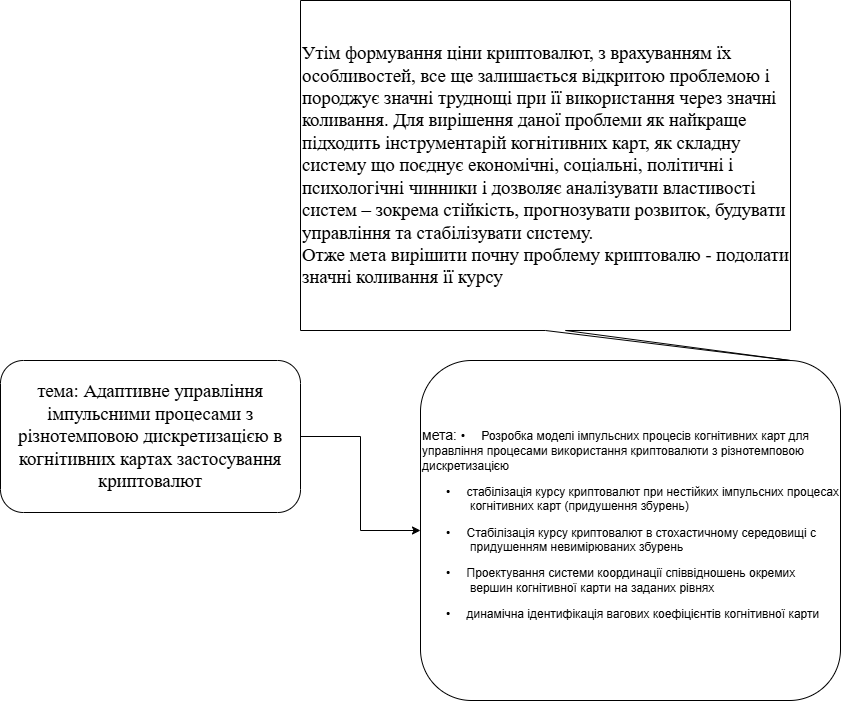
This is diploma idea.drawio.png from GeorgKantsedal/bitcoin-research, a draw.io export, as it was before one commit. Source tidied: cells renumbered, new cells last; positions are measured from the earlier drawing's top-left corner, leaving out a move shared by most shapes.
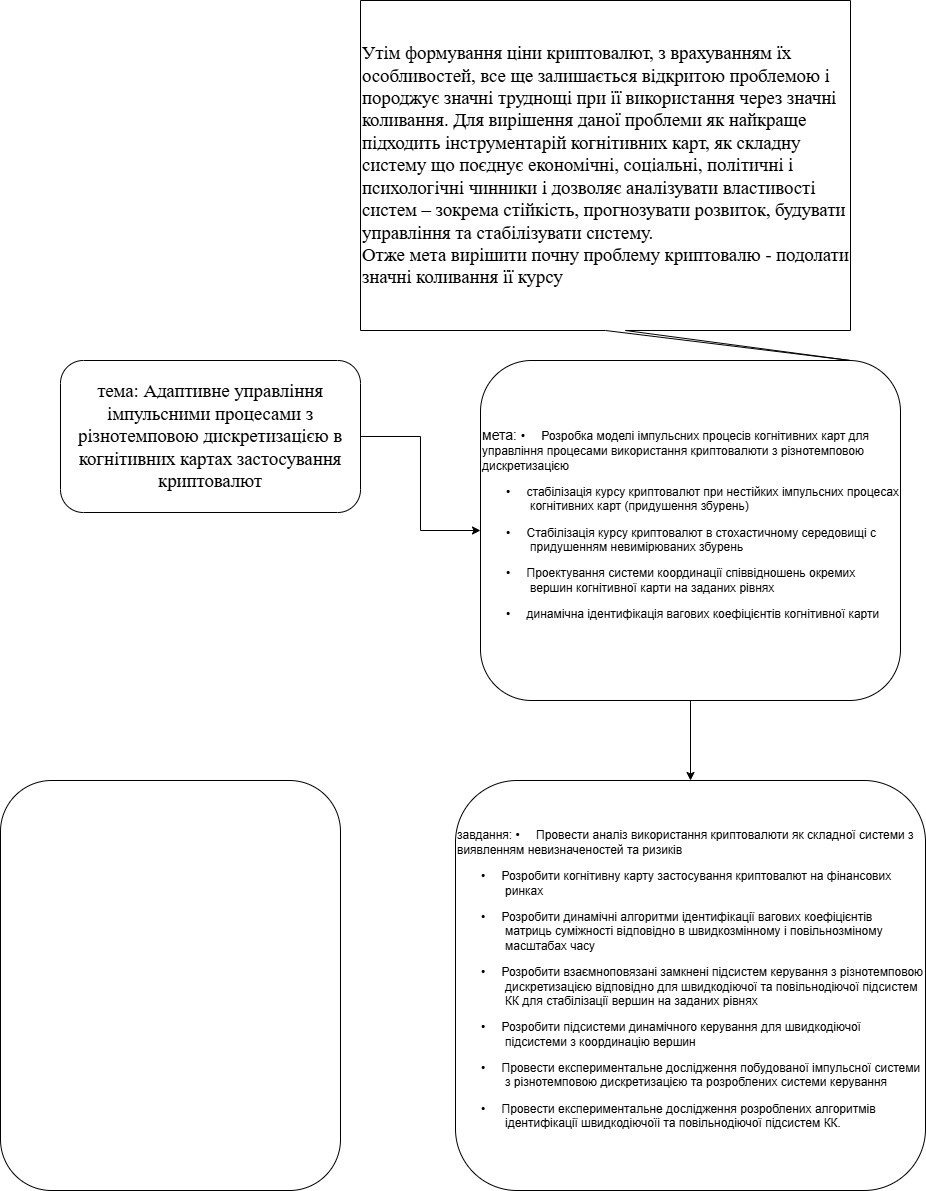
Later version of the same file.

The edit, as a diff of the source:
```diff
@@ -8,11 +8,20 @@
     <mxCell id="3" value="&lt;span style=&quot;font-size:14.0pt;line-height:&lt;br/&gt;115%;font-family:&amp;quot;Times New Roman&amp;quot;,&amp;quot;serif&amp;quot;;mso-fareast-font-family:Calibri;&lt;br/&gt;mso-fareast-theme-font:minor-latin;mso-ansi-language:UK;mso-fareast-language:&lt;br/&gt;EN-US;mso-bidi-language:AR-SA&quot; lang=&quot;UK&quot;&gt;тема: Адаптивне управління імпульсними процесами з&lt;br&gt;різнотемповою дискретизацією в когнітивних картах застосування криптовалют&lt;/span&gt;" style="rounded=1;whiteSpace=wrap;html=1;" parent="1" vertex="1">
       <mxGeometry y="360" width="300" height="152" as="geometry" />
     </mxCell>
+    <mxCell id="6" style="edgeStyle=orthogonalEdgeStyle;rounded=0;jettySize=auto;html=1;exitX=0.5;exitY=1;exitDx=0;exitDy=0;entryX=0.5;entryY=0;entryDx=0;entryDy=0;" parent="1" edge="1" source="4" target="7">
+      <mxGeometry relative="1" as="geometry" />
+    </mxCell>
     <mxCell id="4" value="&lt;font style=&quot;font-size: 14px;&quot;&gt;мета:&amp;nbsp;&lt;/font&gt;&lt;span style=&quot;text-indent: -18pt; background-color: transparent; color: light-dark(rgb(0, 0, 0), rgb(255, 255, 255)); font-family: Arial, &amp;quot;sans-serif&amp;quot;;&quot;&gt;•&lt;span style=&quot;font-variant-numeric: normal; font-variant-east-asian: normal; font-variant-alternates: normal; font-size-adjust: none; font-kerning: auto; font-optical-sizing: auto; font-feature-settings: normal; font-variation-settings: normal; font-variant-position: normal; font-variant-emoji: normal; font-stretch: normal; font-size: 7pt; line-height: normal; font-family: &amp;quot;Times New Roman&amp;quot;;&quot;&gt;&amp;nbsp;&amp;nbsp;&amp;nbsp;&amp;nbsp;&amp;nbsp;&amp;nbsp; &lt;/span&gt;&lt;/span&gt;&lt;span style=&quot;text-indent: -18pt; background-color: transparent; color: light-dark(rgb(0, 0, 0), rgb(255, 255, 255));&quot; lang=&quot;UK&quot;&gt;Розробка моделі імпульсних процесів когнітивних карт для управління процесами використання криптовалюти з різнотемповою дискретизацією&lt;/span&gt;&lt;p style=&quot;margin-left:36.0pt;text-indent:-18.0pt;mso-list:l0 level1 lfo1;&lt;br/&gt;tab-stops:list 36.0pt&quot; class=&quot;MsoNormal&quot;&gt;&lt;span style=&quot;font-family:&amp;quot;Arial&amp;quot;,&amp;quot;sans-serif&amp;quot;;&lt;br/&gt;mso-fareast-font-family:Arial;mso-ansi-language:RU&quot;&gt;•&lt;span style=&quot;font-variant-numeric: normal; font-variant-east-asian: normal; font-variant-alternates: normal; font-size-adjust: none; font-kerning: auto; font-optical-sizing: auto; font-feature-settings: normal; font-variation-settings: normal; font-variant-position: normal; font-variant-emoji: normal; font-stretch: normal; font-size: 7pt; line-height: normal; font-family: &amp;quot;Times New Roman&amp;quot;;&quot;&gt;&amp;nbsp;&amp;nbsp;&amp;nbsp;&amp;nbsp;&amp;nbsp;&amp;nbsp; &lt;/span&gt;&lt;/span&gt;&lt;span lang=&quot;UK&quot;&gt;стабілізація курсу криптовалют при нестійких імпульсних процесах&lt;br&gt;когнітивних карт (придушення збурень)&lt;/span&gt;&lt;/p&gt;&lt;p style=&quot;margin-left:36.0pt;text-indent:-18.0pt;mso-list:l0 level1 lfo1;&lt;br/&gt;tab-stops:list 36.0pt&quot; class=&quot;MsoNormal&quot;&gt;&lt;span style=&quot;font-family:&amp;quot;Arial&amp;quot;,&amp;quot;sans-serif&amp;quot;;&lt;br/&gt;mso-fareast-font-family:Arial;mso-ansi-language:RU&quot;&gt;•&lt;span style=&quot;font-variant-numeric: normal; font-variant-east-asian: normal; font-variant-alternates: normal; font-size-adjust: none; font-kerning: auto; font-optical-sizing: auto; font-feature-settings: normal; font-variation-settings: normal; font-variant-position: normal; font-variant-emoji: normal; font-stretch: normal; font-size: 7pt; line-height: normal; font-family: &amp;quot;Times New Roman&amp;quot;;&quot;&gt;&amp;nbsp;&amp;nbsp;&amp;nbsp;&amp;nbsp;&amp;nbsp;&amp;nbsp; &lt;/span&gt;&lt;/span&gt;&lt;span lang=&quot;UK&quot;&gt;Стабілізація курсу криптовалют в стохастичному середовищі с придушенням невимірюваних збурень&lt;/span&gt;&lt;/p&gt;&lt;p style=&quot;margin-left:36.0pt;text-indent:-18.0pt;mso-list:l0 level1 lfo1;&lt;br/&gt;tab-stops:list 36.0pt&quot; class=&quot;MsoNormal&quot;&gt;&lt;span style=&quot;font-family:&amp;quot;Arial&amp;quot;,&amp;quot;sans-serif&amp;quot;;&lt;br/&gt;mso-fareast-font-family:Arial;mso-ansi-language:RU&quot;&gt;•&lt;span style=&quot;font-variant-numeric: normal; font-variant-east-asian: normal; font-variant-alternates: normal; font-size-adjust: none; font-kerning: auto; font-optical-sizing: auto; font-feature-settings: normal; font-variation-settings: normal; font-variant-position: normal; font-variant-emoji: normal; font-stretch: normal; font-size: 7pt; line-height: normal; font-family: &amp;quot;Times New Roman&amp;quot;;&quot;&gt;&amp;nbsp;&amp;nbsp;&amp;nbsp;&amp;nbsp;&amp;nbsp;&amp;nbsp; &lt;/span&gt;&lt;/span&gt;&lt;span lang=&quot;UK&quot;&gt;Проектування системи координації співвідношень окремих вершин когнітивної карти на заданих рівнях&lt;/span&gt;&lt;/p&gt;&lt;p style=&quot;margin-left:36.0pt;text-indent:-18.0pt;mso-list:l0 level1 lfo1;&lt;br/&gt;tab-stops:list 36.0pt&quot; class=&quot;MsoNormal&quot;&gt;&lt;span style=&quot;font-family:&amp;quot;Arial&amp;quot;,&amp;quot;sans-serif&amp;quot;;&lt;br/&gt;mso-fareast-font-family:Arial;mso-ansi-language:RU&quot;&gt;•&lt;span style=&quot;font-variant-numeric: normal; font-variant-east-asian: normal; font-variant-alternates: normal; font-size-adjust: none; font-kerning: auto; font-optical-sizing: auto; font-feature-settings: normal; font-variation-settings: normal; font-variant-position: normal; font-variant-emoji: normal; font-stretch: normal; font-size: 7pt; line-height: normal; font-family: &amp;quot;Times New Roman&amp;quot;;&quot;&gt;&amp;nbsp;&amp;nbsp;&amp;nbsp;&amp;nbsp;&amp;nbsp;&amp;nbsp; &lt;/span&gt;&lt;/span&gt;&lt;span lang=&quot;UK&quot;&gt;динамічна ідентифікація вагових коефіцієнтів когнітивної карти&lt;/span&gt;&lt;/p&gt;" style="rounded=1;whiteSpace=wrap;html=1;align=left;" parent="1" vertex="1">
       <mxGeometry x="420" y="360" width="420" height="340" as="geometry" />
     </mxCell>
     <mxCell id="5" value="&lt;span style=&quot;font-size:14.0pt;line-height:&lt;br/&gt;150%;font-family:&amp;quot;Times New Roman&amp;quot;,&amp;quot;serif&amp;quot;;mso-fareast-font-family:&amp;quot;Times New Roman&amp;quot;;&lt;br/&gt;mso-ansi-language:UK;mso-fareast-language:EN-US;mso-bidi-language:AR-SA&quot; lang=&quot;UK&quot;&gt;Утім формування ціни криптовалют, з врахуванням їх особливостей, все ще залишається відкритою проблемою і породжує значні труднощі при її використання через значні&lt;br&gt;коливання. Для вирішення даної проблеми як найкраще підходить інструментарій когнітивних карт, як складну систему що поєднує економічні, соціальні, політичні і психологічні чинники і дозволяє аналізувати властивості систем – зокрема стійкість, прогнозувати розвиток, будувати управління та стабілізувати систему.&amp;nbsp;&lt;/span&gt;&lt;div&gt;&lt;span style=&quot;font-size:14.0pt;line-height:&lt;br/&gt;150%;font-family:&amp;quot;Times New Roman&amp;quot;,&amp;quot;serif&amp;quot;;mso-fareast-font-family:&amp;quot;Times New Roman&amp;quot;;&lt;br/&gt;mso-ansi-language:UK;mso-fareast-language:EN-US;mso-bidi-language:AR-SA&quot; lang=&quot;UK&quot;&gt;Отже мета вирішити почну проблему криптовалю - подолати значні коливання її курсу&amp;nbsp;&lt;/span&gt;&lt;/div&gt;" style="shape=callout;whiteSpace=wrap;html=1;perimeter=calloutPerimeter;position2=1;align=left;" parent="1" vertex="1">
       <mxGeometry x="300" width="490" height="360" as="geometry" />
     </mxCell>
+    <mxCell id="7" value="завдання:&amp;nbsp;&lt;span style=&quot;text-indent: -18pt; background-color: transparent; color: light-dark(rgb(0, 0, 0), rgb(255, 255, 255)); font-family: Arial, &amp;quot;sans-serif&amp;quot;;&quot;&gt;•&lt;span style=&quot;font-variant-numeric: normal; font-variant-east-asian: normal; font-variant-alternates: normal; font-size-adjust: none; font-kerning: auto; font-optical-sizing: auto; font-feature-settings: normal; font-variation-settings: normal; font-variant-position: normal; font-variant-emoji: normal; font-stretch: normal; font-size: 7pt; line-height: normal; font-family: &amp;quot;Times New Roman&amp;quot;;&quot;&gt;&amp;nbsp;&amp;nbsp;&amp;nbsp;&amp;nbsp;&amp;nbsp;&amp;nbsp; &lt;/span&gt;&lt;/span&gt;&lt;span style=&quot;text-indent: -18pt; background-color: transparent; color: light-dark(rgb(0, 0, 0), rgb(255, 255, 255));&quot; lang=&quot;UK&quot;&gt;Провести аналіз використання криптовалюти як складної системи з виявленням невизначеностей та ризиків&lt;/span&gt;&lt;p style=&quot;margin-left:36.0pt;text-indent:-18.0pt;mso-list:l0 level1 lfo1;&lt;br/&gt;tab-stops:list 36.0pt&quot; class=&quot;MsoNormal&quot;&gt;&lt;span style=&quot;font-family:&amp;quot;Arial&amp;quot;,&amp;quot;sans-serif&amp;quot;;&lt;br/&gt;mso-fareast-font-family:Arial;mso-ansi-language:RU&quot;&gt;•&lt;span style=&quot;font-variant-numeric: normal; font-variant-east-asian: normal; font-variant-alternates: normal; font-size-adjust: none; font-kerning: auto; font-optical-sizing: auto; font-feature-settings: normal; font-variation-settings: normal; font-variant-position: normal; font-variant-emoji: normal; font-stretch: normal; font-size: 7pt; line-height: normal; font-family: &amp;quot;Times New Roman&amp;quot;;&quot;&gt;&amp;nbsp;&amp;nbsp;&amp;nbsp;&amp;nbsp;&amp;nbsp;&amp;nbsp; &lt;/span&gt;&lt;/span&gt;&lt;span lang=&quot;UK&quot;&gt;Розробити когнітивну карту застосування криптовалют на фінансових&lt;br&gt;ринках&lt;/span&gt;&lt;/p&gt;&lt;p style=&quot;margin-left:36.0pt;text-indent:-18.0pt;mso-list:l0 level1 lfo1;&lt;br/&gt;tab-stops:list 36.0pt&quot; class=&quot;MsoNormal&quot;&gt;&lt;span style=&quot;font-family:&amp;quot;Arial&amp;quot;,&amp;quot;sans-serif&amp;quot;;&lt;br/&gt;mso-fareast-font-family:Arial;mso-ansi-language:RU&quot;&gt;•&lt;span style=&quot;font-variant-numeric: normal; font-variant-east-asian: normal; font-variant-alternates: normal; font-size-adjust: none; font-kerning: auto; font-optical-sizing: auto; font-feature-settings: normal; font-variation-settings: normal; font-variant-position: normal; font-variant-emoji: normal; font-stretch: normal; font-size: 7pt; line-height: normal; font-family: &amp;quot;Times New Roman&amp;quot;;&quot;&gt;&amp;nbsp;&amp;nbsp;&amp;nbsp;&amp;nbsp;&amp;nbsp;&amp;nbsp; &lt;/span&gt;&lt;/span&gt;&lt;span lang=&quot;UK&quot;&gt;Розробити динамічні алгоритми ідентифікації вагових коефіцієнтів&lt;br&gt;матриць суміжності відповідно в швидкозмінному і повільнозміному масштабах часу&lt;/span&gt;&lt;/p&gt;&lt;p style=&quot;margin-left:36.0pt;text-indent:-18.0pt;mso-list:l0 level1 lfo1;&lt;br/&gt;tab-stops:list 36.0pt&quot; class=&quot;MsoNormal&quot;&gt;&lt;span style=&quot;font-family:&amp;quot;Arial&amp;quot;,&amp;quot;sans-serif&amp;quot;;&lt;br/&gt;mso-fareast-font-family:Arial;mso-ansi-language:RU&quot;&gt;•&lt;span style=&quot;font-variant-numeric: normal; font-variant-east-asian: normal; font-variant-alternates: normal; font-size-adjust: none; font-kerning: auto; font-optical-sizing: auto; font-feature-settings: normal; font-variation-settings: normal; font-variant-position: normal; font-variant-emoji: normal; font-stretch: normal; font-size: 7pt; line-height: normal; font-family: &amp;quot;Times New Roman&amp;quot;;&quot;&gt;&amp;nbsp;&amp;nbsp;&amp;nbsp;&amp;nbsp;&amp;nbsp;&amp;nbsp; &lt;/span&gt;&lt;/span&gt;&lt;span lang=&quot;UK&quot;&gt;Розробити взаємноповязані замкнені підсистем керування з різнотемповою дискретизацією відповідно для швидкодіючої та повільнодіючої підсистем КК для стабілізації вершин на заданих рівнях&lt;/span&gt;&lt;/p&gt;&lt;p style=&quot;margin-left:36.0pt;text-indent:-18.0pt;mso-list:l0 level1 lfo1;&lt;br/&gt;tab-stops:list 36.0pt&quot; class=&quot;MsoNormal&quot;&gt;&lt;span style=&quot;font-family:&amp;quot;Arial&amp;quot;,&amp;quot;sans-serif&amp;quot;;&lt;br/&gt;mso-fareast-font-family:Arial;mso-ansi-language:RU&quot;&gt;•&lt;span style=&quot;font-variant-numeric: normal; font-variant-east-asian: normal; font-variant-alternates: normal; font-size-adjust: none; font-kerning: auto; font-optical-sizing: auto; font-feature-settings: normal; font-variation-settings: normal; font-variant-position: normal; font-variant-emoji: normal; font-stretch: normal; font-size: 7pt; line-height: normal; font-family: &amp;quot;Times New Roman&amp;quot;;&quot;&gt;&amp;nbsp;&amp;nbsp;&amp;nbsp;&amp;nbsp;&amp;nbsp;&amp;nbsp; &lt;/span&gt;&lt;/span&gt;&lt;span lang=&quot;UK&quot;&gt;Розробити підсистеми динамічного керування для швидкодіючої підсистеми з координацію вершин&lt;/span&gt;&lt;/p&gt;&lt;p style=&quot;margin-left:36.0pt;text-indent:-18.0pt;mso-list:l0 level1 lfo1;&lt;br/&gt;tab-stops:list 36.0pt&quot; class=&quot;MsoNormal&quot;&gt;&lt;span style=&quot;font-family:&amp;quot;Arial&amp;quot;,&amp;quot;sans-serif&amp;quot;;&lt;br/&gt;mso-fareast-font-family:Arial;mso-ansi-language:RU&quot;&gt;•&lt;span style=&quot;font-variant-numeric: normal; font-variant-east-asian: normal; font-variant-alternates: normal; font-size-adjust: none; font-kerning: auto; font-optical-sizing: auto; font-feature-settings: normal; font-variation-settings: normal; font-variant-position: normal; font-variant-emoji: normal; font-stretch: normal; font-size: 7pt; line-height: normal; font-family: &amp;quot;Times New Roman&amp;quot;;&quot;&gt;&amp;nbsp;&amp;nbsp;&amp;nbsp;&amp;nbsp;&amp;nbsp;&amp;nbsp; &lt;/span&gt;&lt;/span&gt;&lt;span lang=&quot;UK&quot;&gt;Провести експериментальне дослідження побудованої імпульсної системи з різнотемповою дискретизацією та розроблених системи керування&lt;/span&gt;&lt;/p&gt;&lt;p style=&quot;margin-left:36.0pt;text-indent:-18.0pt;mso-list:l0 level1 lfo1;&lt;br/&gt;tab-stops:list 36.0pt&quot; class=&quot;MsoNormal&quot;&gt;&lt;span style=&quot;font-family:&amp;quot;Arial&amp;quot;,&amp;quot;sans-serif&amp;quot;;&lt;br/&gt;mso-fareast-font-family:Arial;mso-ansi-language:RU&quot;&gt;•&lt;span style=&quot;font-variant-numeric: normal; font-variant-east-asian: normal; font-variant-alternates: normal; font-size-adjust: none; font-kerning: auto; font-optical-sizing: auto; font-feature-settings: normal; font-variation-settings: normal; font-variant-position: normal; font-variant-emoji: normal; font-stretch: normal; font-size: 7pt; line-height: normal; font-family: &amp;quot;Times New Roman&amp;quot;;&quot;&gt;&amp;nbsp;&amp;nbsp;&amp;nbsp;&amp;nbsp;&amp;nbsp;&amp;nbsp; &lt;/span&gt;&lt;/span&gt;&lt;span lang=&quot;UK&quot;&gt;Провести експериментальне дослідження розроблених алгоритмів&lt;br&gt;ідентифікації швидкодіючоїі та повільнодіючої підсистем КК.&lt;/span&gt;&lt;/p&gt;" style="rounded=1;whiteSpace=wrap;html=1;align=left;" parent="1" vertex="1">
+      <mxGeometry x="395" y="780" width="470" height="410" as="geometry" />
+    </mxCell>
+    <mxCell id="8" style="rounded=1;whiteSpace=wrap;html=1;" parent="1" vertex="1">
+      <mxGeometry x="-60" y="780" width="340" height="410" as="geometry" />
+    </mxCell>
   </root>
 </mxGraphModel>
```
